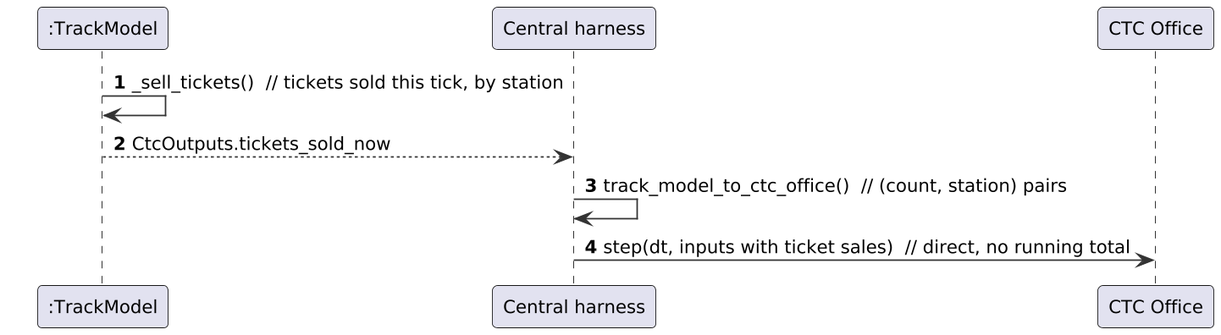
The PlantUML diagram documents/uml/track_model/sd11_tickets.png in Landiss04/Track-Overflow, before a commit. The source it was exported from:
```plantuml
@startuml
skinparam shadowing false
skinparam dpi 170
skinparam defaultFontName DejaVu Sans
skinparam defaultFontSize 12
skinparam roundCorner 6
skinparam ArrowColor #333333
skinparam BackgroundColor white
skinparam sequenceMessageAlign left
skinparam ParticipantPadding 20
autonumber
participant ":TrackModel" as TM
participant "Central harness" as H
participant "CTC Office" as CTC
TM -> TM : _sell_tickets()  // tickets sold this tick, by station
TM --> H : CtcOutputs.tickets_sold_now
H -> H : track_model_to_ctc_office()  // (count, station) pairs
H -> CTC : step(dt, inputs with ticket sales)  // direct, no running total
@enduml
```
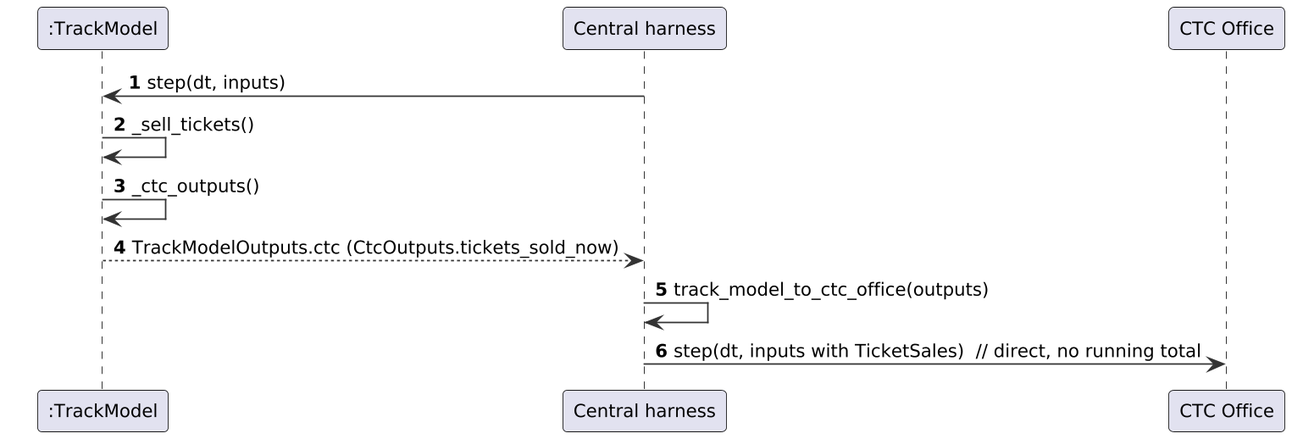
Later version of the same file.

The edit, as a diff of the source:
```diff
@@ -12,8 +12,10 @@
 participant ":TrackModel" as TM
 participant "Central harness" as H
 participant "CTC Office" as CTC
-TM -> TM : _sell_tickets()  // tickets sold this tick, by station
-TM --> H : CtcOutputs.tickets_sold_now
-H -> H : track_model_to_ctc_office()  // (count, station) pairs
-H -> CTC : step(dt, inputs with ticket sales)  // direct, no running total
+H -> TM : step(dt, inputs)
+TM -> TM : _sell_tickets()
+TM -> TM : _ctc_outputs()
+TM --> H : TrackModelOutputs.ctc (CtcOutputs.tickets_sold_now)
+H -> H : track_model_to_ctc_office(outputs)
+H -> CTC : step(dt, inputs with TicketSales)  // direct, no running total
 @enduml
```
